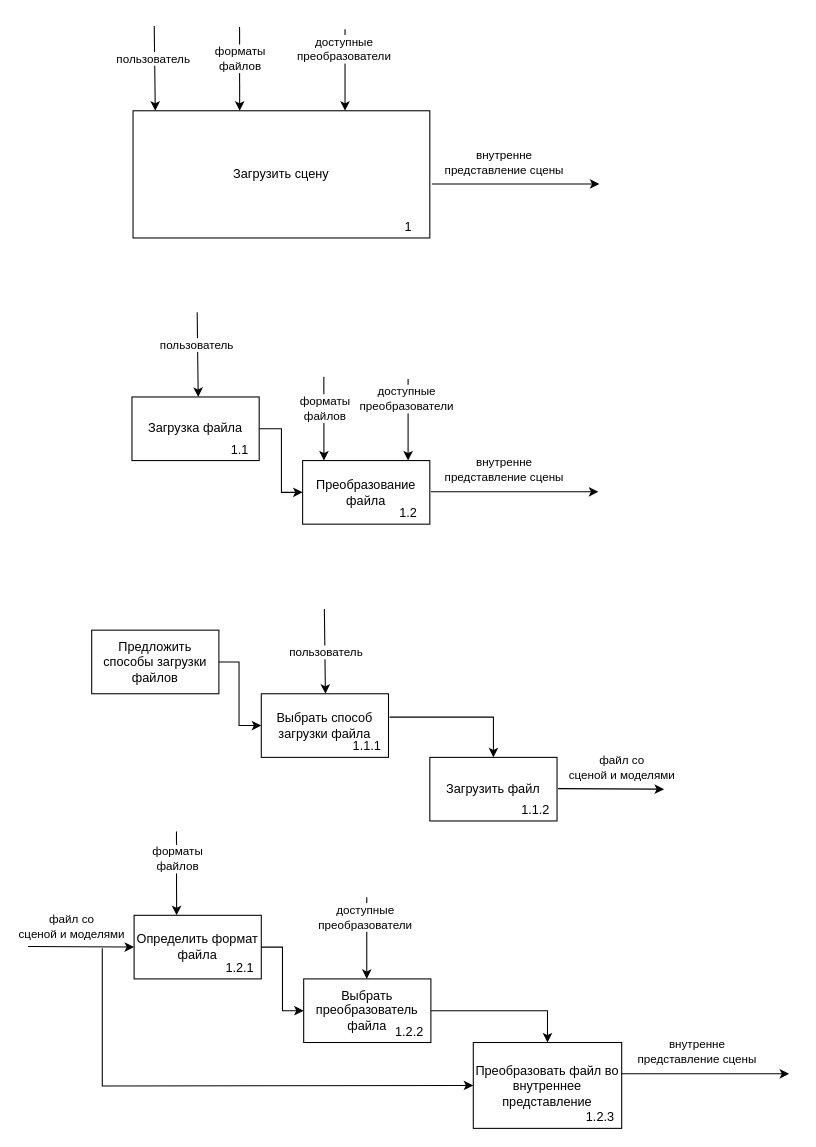
The draw.io diagram page "1. Загрузка сцены" (2 of 9) of idef0/idef0.drawio in c0sx/3d-model-viewer-design, before the edit. Source tidied: cells renumbered, new cells numbered last; positions are measured from the earlier drawing's top-left corner, leaving out a move shared by most shapes. Both pictures are drawn from the tidied source at 106%, with x=0, y=0 at pixel (28, 25).
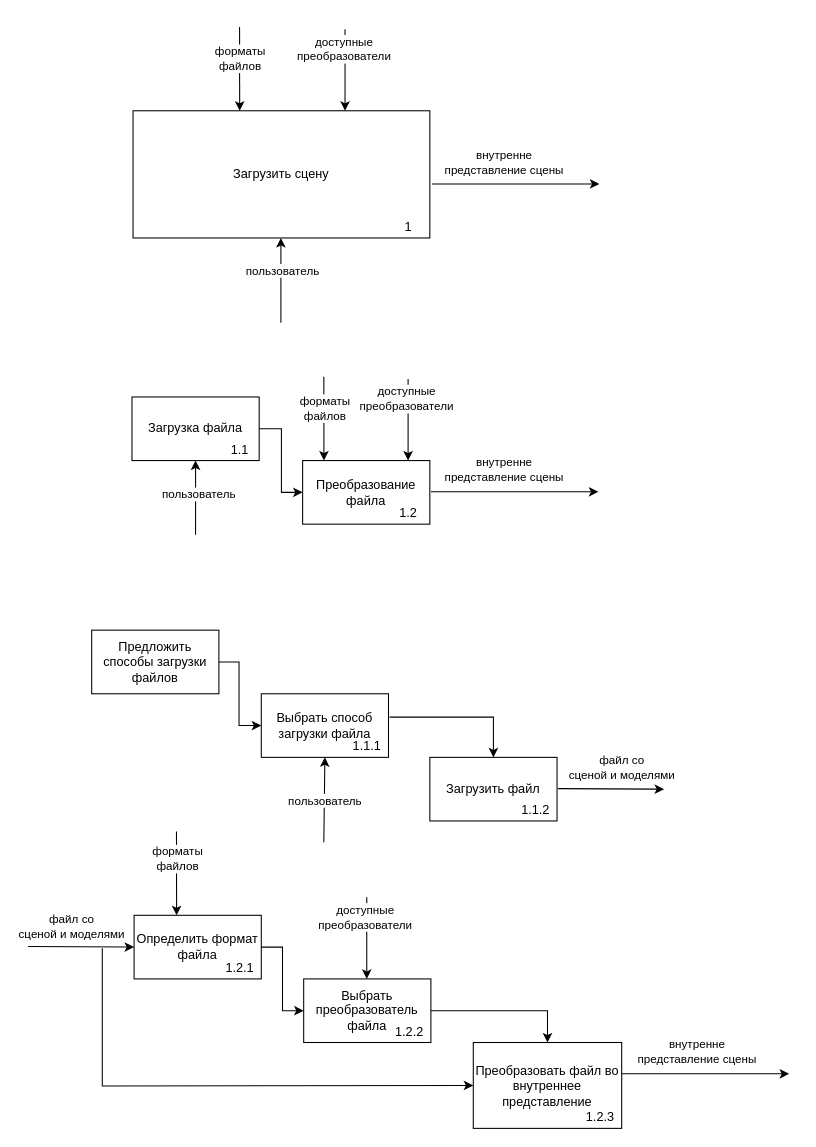
The same diagram, later.

Unchanged cells that the change refers to:
```xml
<mxCell id="2" value="Загрузить сцену" style="rounded=0;whiteSpace=wrap;html=1;" parent="1" vertex="1">
  <mxGeometry x="99" y="80" width="280" height="120" as="geometry" />
</mxCell>
<mxCell id="27" value="Выбрать способ загрузки файла" style="rounded=0;whiteSpace=wrap;html=1;" parent="1" vertex="1">
  <mxGeometry x="220" y="630" width="120" height="60" as="geometry" />
</mxCell>
<mxCell id="36" value="Загрузка файла" style="rounded=0;whiteSpace=wrap;html=1;" parent="1" vertex="1">
  <mxGeometry x="98" y="350" width="120" height="60" as="geometry" />
</mxCell>
```

The edit, as a diff of the source:
```diff
@@
-    <mxCell id="28" style="endArrow=classic;html=1;entryX=0.075;entryY=0;entryDx=0;entryDy=0;entryPerimeter=0;" parent="1" edge="1" target="2">
+    <mxCell id="28" style="endArrow=classic;html=1;entryX=0.5;entryY=1;entryDx=0;entryDy=0;" parent="1" edge="1">
       <mxGeometry relative="1" as="geometry">
-        <mxPoint x="119" as="sourcePoint" />
+        <mxPoint x="238.5" y="280" as="sourcePoint" />
+        <mxPoint x="238.5" y="200" as="targetPoint" />
       </mxGeometry>
     </mxCell>
     <mxCell id="29" value="пользователь" style="edgeLabel;html=1;align=center;verticalAlign=middle;" parent="28" vertex="1">
       <mxGeometry x="0.47" y="-2" relative="1" as="geometry">
-        <mxPoint y="-29" as="offset" />
+        <mxPoint x="-1" y="9" as="offset" />
       </mxGeometry>
     </mxCell>
-    <mxCell id="30" style="endArrow=classic;html=1;entryX=0.075;entryY=0;entryDx=0;entryDy=0;entryPerimeter=0;" parent="1" edge="1">
+    <mxCell id="30" style="endArrow=classic;html=1;entryX=0.5;entryY=1;entryDx=0;entryDy=0;" parent="1" edge="1" target="27">
       <mxGeometry relative="1" as="geometry">
-        <mxPoint x="279.5" y="550" as="sourcePoint" />
-        <mxPoint x="280.5" y="630" as="targetPoint" />
+        <mxPoint x="279" y="770" as="sourcePoint" />
       </mxGeometry>
     </mxCell>
     <mxCell id="31" value="пользователь" style="edgeLabel;html=1;align=center;verticalAlign=middle;" parent="30" vertex="1">
       <mxGeometry x="0.47" y="-2" relative="1" as="geometry">
-        <mxPoint x="2" y="-19" as="offset" />
+        <mxPoint x="-2" y="19" as="offset" />
       </mxGeometry>
     </mxCell>
@@
-    <mxCell id="38" style="endArrow=classic;html=1;entryX=0.075;entryY=0;entryDx=0;entryDy=0;entryPerimeter=0;" parent="1" edge="1">
+    <mxCell id="38" style="endArrow=classic;html=1;entryX=0.5;entryY=1;entryDx=0;entryDy=0;" parent="1" edge="1" target="36">
       <mxGeometry relative="1" as="geometry">
-        <mxPoint x="159.5" y="270" as="sourcePoint" />
-        <mxPoint x="160.5" y="350" as="targetPoint" />
+        <mxPoint x="158" y="480" as="sourcePoint" />
       </mxGeometry>
     </mxCell>
     <mxCell id="39" value="пользователь" style="edgeLabel;html=1;align=center;verticalAlign=middle;" parent="38" vertex="1">
       <mxGeometry x="0.47" y="-2" relative="1" as="geometry">
-        <mxPoint y="-29" as="offset" />
+        <mxPoint y="12" as="offset" />
       </mxGeometry>
     </mxCell>
```
